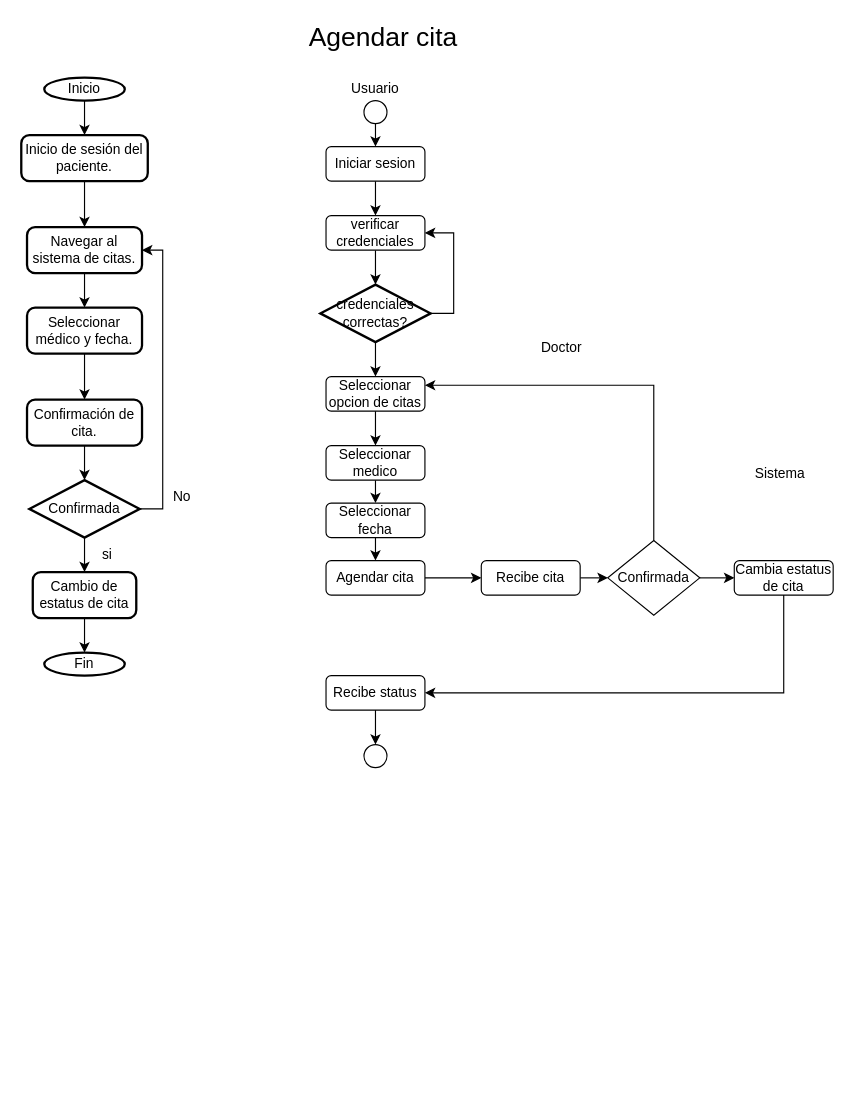
JorgeADnro/Torres keeps this draw.io diagram as Diagramas/Inventario/Diagrama sin título.drawio. Above is the earlier version. Source tidied: cells renumbered, new cells numbered last; positions are measured from the earlier drawing's top-left corner, leaving out a move shared by most shapes. Both pictures are drawn from the tidied source at 115%, with x=0, y=0 at pixel (21, 20).
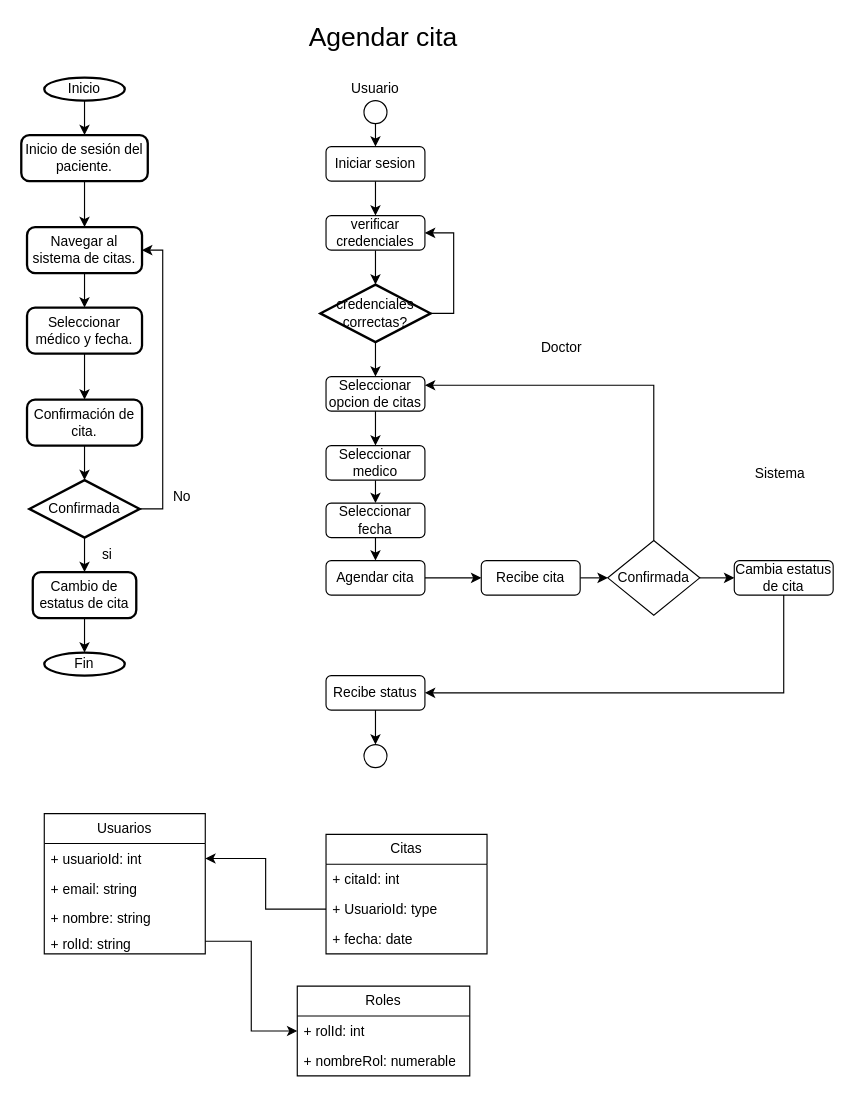
The same diagram, later.

The edit, as a diff of the source:
```diff
@@
+    <mxCell id="51" value="&lt;p&gt;Usuarios&lt;/p&gt;" style="swimlane;fontStyle=0;horizontal=1;startSize=26;fillColor=none;whiteSpace=wrap;html=1;" parent="1" vertex="1">
+      <mxGeometry x="20" y="690" width="140" height="122" as="geometry" />
+    </mxCell>
+    <mxCell id="52" value="+ usuarioId: int" style="text;strokeColor=none;fillColor=none;align=left;verticalAlign=top;spacingLeft=4;spacingRight=4;overflow=hidden;points=[[0,0.5],[1,0.5]];portConstraint=eastwest;whiteSpace=wrap;html=1;" parent="51" vertex="1">
+      <mxGeometry y="26" width="140" height="26" as="geometry" />
+    </mxCell>
+    <mxCell id="53" value="+ email: string" style="text;strokeColor=none;fillColor=none;align=left;verticalAlign=top;spacingLeft=4;spacingRight=4;overflow=hidden;whiteSpace=wrap;html=1;" parent="51" vertex="1">
+      <mxGeometry y="52" width="140" height="26" as="geometry" />
+    </mxCell>
+    <mxCell id="54" value="+ nombre: string" style="text;strokeColor=none;fillColor=none;align=left;verticalAlign=top;spacingLeft=4;spacingRight=4;overflow=hidden;whiteSpace=wrap;html=1;" parent="51" vertex="1">
+      <mxGeometry y="78" width="140" height="22" as="geometry" />
+    </mxCell>
+    <mxCell id="55" value="+ rolId: string" style="text;strokeColor=none;fillColor=none;align=left;verticalAlign=top;spacingLeft=4;spacingRight=4;overflow=hidden;points=[[0,0.5],[1,0.5]];portConstraint=eastwest;whiteSpace=wrap;html=1;" parent="51" vertex="1">
+      <mxGeometry y="100" width="140" height="22" as="geometry" />
+    </mxCell>
+    <mxCell id="56" value="Roles" style="swimlane;fontStyle=0;horizontal=1;startSize=26;fillColor=none;whiteSpace=wrap;html=1;" parent="1" vertex="1">
+      <mxGeometry x="240" y="840" width="150" height="78" as="geometry" />
+    </mxCell>
+    <mxCell id="57" value="+ rolId: int" style="text;strokeColor=none;fillColor=none;align=left;verticalAlign=top;spacingLeft=4;spacingRight=4;overflow=hidden;points=[[0,0.5],[1,0.5]];portConstraint=eastwest;whiteSpace=wrap;html=1;" parent="56" vertex="1">
+      <mxGeometry y="26" width="150" height="26" as="geometry" />
+    </mxCell>
+    <mxCell id="58" value="+ nombreRol: numerable" style="text;strokeColor=none;fillColor=none;align=left;verticalAlign=top;spacingLeft=4;spacingRight=4;overflow=hidden;whiteSpace=wrap;html=1;" parent="56" vertex="1">
+      <mxGeometry y="52" width="150" height="26" as="geometry" />
+    </mxCell>
+    <mxCell id="59" value="Citas" style="swimlane;fontStyle=0;horizontal=1;startSize=26;fillColor=none;whiteSpace=wrap;html=1;" parent="1" vertex="1">
+      <mxGeometry x="265" y="708" width="140" height="104" as="geometry" />
+    </mxCell>
+    <mxCell id="60" value="+&amp;nbsp;&lt;span style=&quot;background-color: initial;&quot;&gt;citaId&lt;/span&gt;&lt;span style=&quot;background-color: initial;&quot;&gt;: int&lt;/span&gt;" style="text;strokeColor=none;fillColor=none;align=left;verticalAlign=top;spacingLeft=4;spacingRight=4;overflow=hidden;whiteSpace=wrap;html=1;" parent="59" vertex="1">
+      <mxGeometry y="26" width="140" height="26" as="geometry" />
+    </mxCell>
+    <mxCell id="61" value="+ UsuarioId: type" style="text;strokeColor=none;fillColor=none;align=left;verticalAlign=top;spacingLeft=4;spacingRight=4;overflow=hidden;points=[[0,0.5],[1,0.5]];portConstraint=eastwest;whiteSpace=wrap;html=1;" parent="59" vertex="1">
+      <mxGeometry y="52" width="140" height="26" as="geometry" />
+    </mxCell>
+    <mxCell id="62" value="+ fecha: date" style="text;strokeColor=none;fillColor=none;align=left;verticalAlign=top;spacingLeft=4;spacingRight=4;overflow=hidden;whiteSpace=wrap;html=1;" parent="59" vertex="1">
+      <mxGeometry y="78" width="140" height="26" as="geometry" />
+    </mxCell>
+    <mxCell id="63" style="edgeStyle=orthogonalEdgeStyle;rounded=0;jettySize=auto;html=1;exitX=1;exitY=0.5;exitDx=0;exitDy=0;entryX=0;entryY=0.5;entryDx=0;entryDy=0;" parent="1" edge="1" source="55" target="57">
+      <mxGeometry relative="1" as="geometry" />
+    </mxCell>
+    <mxCell id="64" style="edgeStyle=orthogonalEdgeStyle;rounded=0;jettySize=auto;html=1;exitX=0;exitY=0.5;exitDx=0;exitDy=0;" parent="1" edge="1" source="61" target="52">
+      <mxGeometry relative="1" as="geometry" />
+    </mxCell>
```
